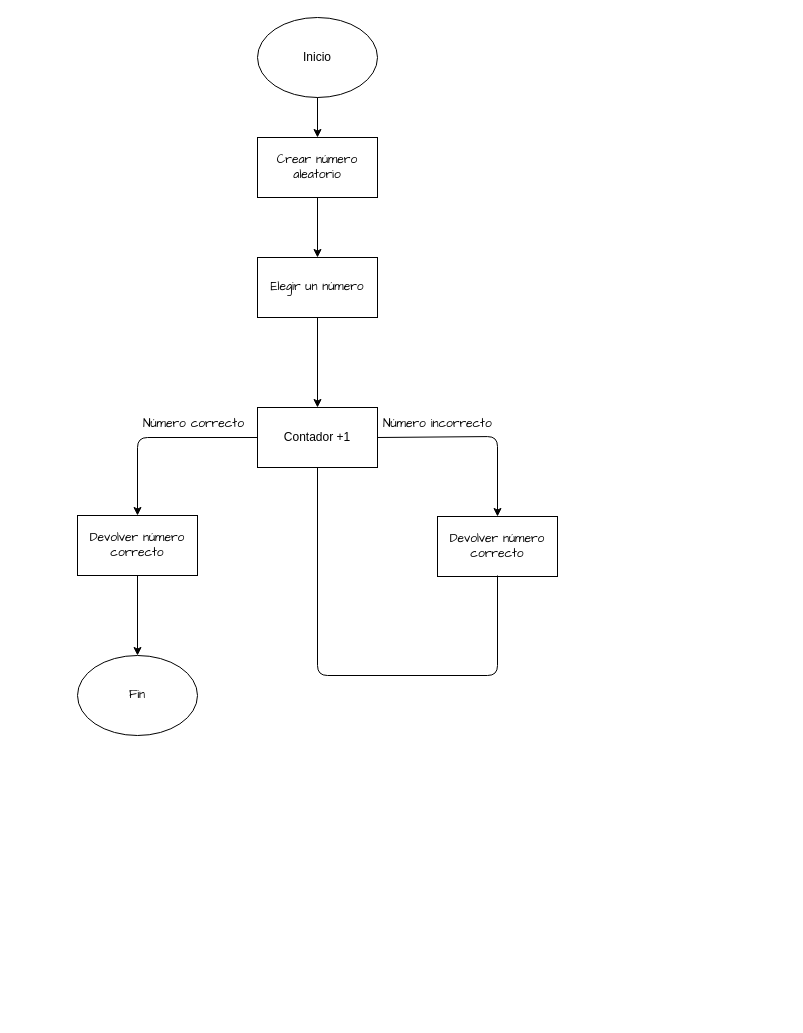
Earlier version of the draw.io diagram diagrama.drawio (Jojo3235/Adivinar_un_numero). Source tidied: cells renumbered, new cells numbered last; positions are measured from the earlier drawing's top-left corner, leaving out a move shared by most shapes. Both pictures are drawn from the tidied source at 100%, with x=0, y=0 at pixel (77, 17).
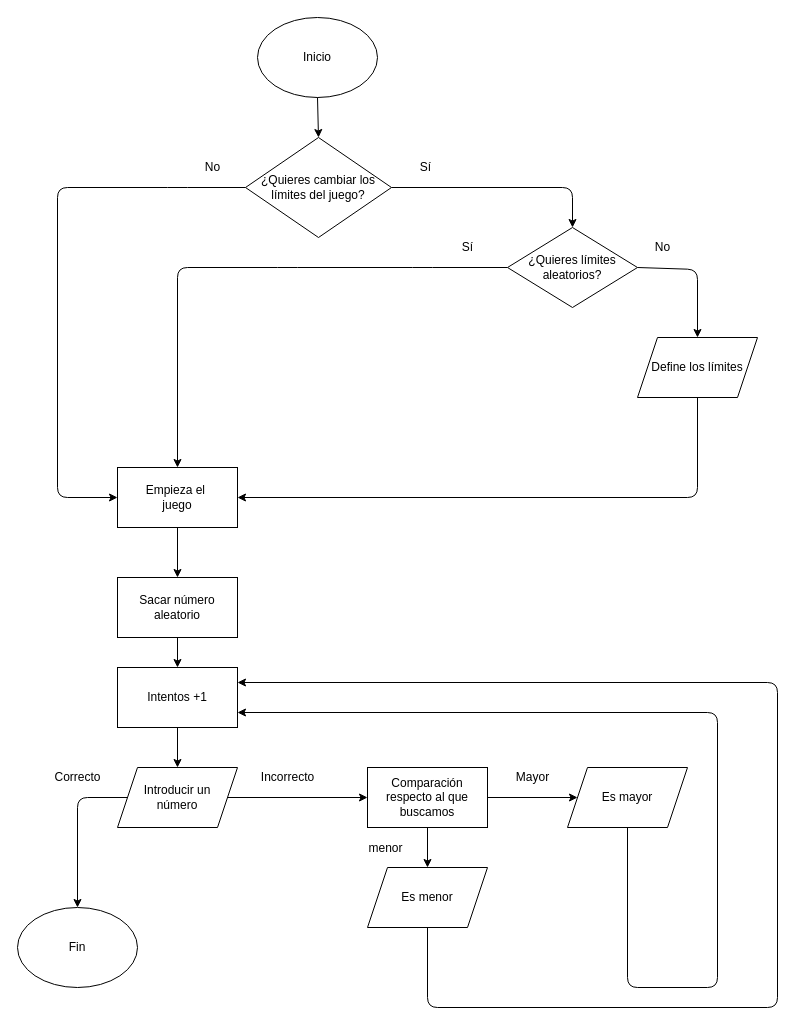
Above is the later version.

Commit message:
Ajuste de diagrama

Unchanged cells that the change refers to:
```xml
<mxCell id="2" value="Inicio" style="ellipse;whiteSpace=wrap;html=1;" parent="1" vertex="1">
  <mxGeometry x="180" width="120" height="80" as="geometry" />
</mxCell>
```

Diff of the diagram source:
```diff
@@
-    <mxCell id="3" value="Elegir un número" style="rounded=0;whiteSpace=wrap;html=1;fontFamily=Comic Sans MS;" parent="1" vertex="1">
-      <mxGeometry x="180" y="240" width="120" height="60" as="geometry" />
-    </mxCell>
-    <mxCell id="4" style="endArrow=classic;html=1;fontFamily=Comic Sans MS;startArrow=none;" parent="1" edge="1">
-      <mxGeometry relative="1" as="geometry">
-        <mxPoint x="140" y="420" as="sourcePoint" />
-        <mxPoint x="60" y="498" as="targetPoint" />
-        <Array as="points">
-          <mxPoint x="60" y="420" />
-        </Array>
-      </mxGeometry>
-    </mxCell>
-    <mxCell id="5" value="Devolver número&lt;br&gt;correcto" style="rounded=0;whiteSpace=wrap;html=1;fontFamily=Comic Sans MS;" parent="1" vertex="1">
-      <mxGeometry y="498" width="120" height="60" as="geometry" />
-    </mxCell>
-    <mxCell id="6" style="endArrow=classic;html=1;fontFamily=Comic Sans MS;exitX=1;exitY=0.5;exitDx=0;exitDy=0;" parent="1" edge="1" source="14">
-      <mxGeometry relative="1" as="geometry">
-        <mxPoint x="420" y="499" as="targetPoint" />
-        <Array as="points">
-          <mxPoint x="420" y="419" />
-        </Array>
-      </mxGeometry>
-    </mxCell>
-    <mxCell id="7" value="Devolver número&lt;br&gt;correcto" style="rounded=0;whiteSpace=wrap;html=1;fontFamily=Comic Sans MS;" parent="1" vertex="1">
-      <mxGeometry x="360" y="499" width="120" height="60" as="geometry" />
-    </mxCell>
-    <mxCell id="8" value="Número incorrecto" style="text;strokeColor=none;fillColor=none;align=left;verticalAlign=middle;spacingLeft=4;spacingRight=4;overflow=hidden;fontFamily=Comic Sans MS;" parent="1" vertex="1">
-      <mxGeometry x="300" y="390" width="120" height="30" as="geometry" />
-    </mxCell>
+    <mxCell id="12" style="endArrow=classic;html=1;fontFamily=Comic Sans MS;entryX=0.5;entryY=0;entryDx=0;entryDy=0;exitX=0.5;exitY=1;exitDx=0;exitDy=0;" parent="1" edge="1" source="2" target="44">
+      <mxGeometry relative="1" as="geometry" />
+    </mxCell>
+    <mxCell id="19" style="endArrow=classic;html=1;entryX=0.5;entryY=0;entryDx=0;entryDy=0;exitX=1;exitY=0.5;exitDx=0;exitDy=0;" parent="1" edge="1" source="44" target="45">
+      <mxGeometry relative="1" as="geometry">
+        <Array as="points">
+          <mxPoint x="495" y="170" />
+        </Array>
+      </mxGeometry>
+    </mxCell>
+    <mxCell id="20" style="endArrow=classic;html=1;entryX=0;entryY=0.5;entryDx=0;entryDy=0;exitX=0;exitY=0.5;exitDx=0;exitDy=0;" parent="1" edge="1" source="44" target="24">
+      <mxGeometry relative="1" as="geometry">
+        <Array as="points">
+          <mxPoint x="100" y="170" />
+          <mxPoint x="-20" y="170" />
+          <mxPoint x="-20" y="480" />
+        </Array>
+      </mxGeometry>
+    </mxCell>
+    <mxCell id="21" value="Sí" style="text;html=1;align=center;verticalAlign=middle;strokeColor=none;fillColor=none;" parent="1" vertex="1">
+      <mxGeometry x="333" y="140" width="30" height="20" as="geometry" />
+    </mxCell>
+    <mxCell id="22" value="No" style="text;html=1;align=center;verticalAlign=middle;strokeColor=none;fillColor=none;" parent="1" vertex="1">
+      <mxGeometry x="120" y="140" width="30" height="20" as="geometry" />
+    </mxCell>
+    <mxCell id="23" style="edgeStyle=none;html=1;exitX=0.5;exitY=1;exitDx=0;exitDy=0;entryX=0.5;entryY=0;entryDx=0;entryDy=0;" parent="1" edge="1" source="24" target="32">
+      <mxGeometry relative="1" as="geometry" />
+    </mxCell>
+    <mxCell id="24" value="Empieza el&amp;nbsp;&lt;br&gt;juego" style="rounded=0;whiteSpace=wrap;html=1;" parent="1" vertex="1">
+      <mxGeometry x="40" y="450" width="120" height="60" as="geometry" />
+    </mxCell>
+    <mxCell id="25" style="edgeStyle=none;html=1;exitX=1;exitY=0.5;exitDx=0;exitDy=0;entryX=0.5;entryY=0;entryDx=0;entryDy=0;" parent="1" edge="1" source="45" target="30">
+      <mxGeometry relative="1" as="geometry">
+        <Array as="points">
+          <mxPoint x="620" y="252" />
+        </Array>
+      </mxGeometry>
+    </mxCell>
+    <mxCell id="26" style="edgeStyle=none;html=1;exitX=0;exitY=0.5;exitDx=0;exitDy=0;entryX=0.5;entryY=0;entryDx=0;entryDy=0;" parent="1" edge="1" source="45" target="24">
+      <mxGeometry relative="1" as="geometry">
+        <Array as="points">
+          <mxPoint x="345" y="250" />
+          <mxPoint x="210" y="250" />
+          <mxPoint x="100" y="250" />
+        </Array>
+      </mxGeometry>
+    </mxCell>
+    <mxCell id="27" value="Sí" style="text;html=1;align=center;verticalAlign=middle;strokeColor=none;fillColor=none;" parent="1" vertex="1">
+      <mxGeometry x="375" y="220" width="30" height="20" as="geometry" />
+    </mxCell>
+    <mxCell id="28" value="No" style="text;html=1;align=center;verticalAlign=middle;strokeColor=none;fillColor=none;" parent="1" vertex="1">
+      <mxGeometry x="570" y="220" width="30" height="20" as="geometry" />
+    </mxCell>
+    <mxCell id="29" style="edgeStyle=none;html=1;exitX=0.5;exitY=1;exitDx=0;exitDy=0;entryX=1;entryY=0.5;entryDx=0;entryDy=0;" parent="1" edge="1" source="30" target="24">
+      <mxGeometry relative="1" as="geometry">
+        <Array as="points">
+          <mxPoint x="620" y="480" />
+        </Array>
+      </mxGeometry>
+    </mxCell>
+    <mxCell id="30" value="Define los límites" style="shape=parallelogram;perimeter=parallelogramPerimeter;whiteSpace=wrap;html=1;fixedSize=1;" parent="1" vertex="1">
+      <mxGeometry x="560" y="320" width="120" height="60" as="geometry" />
+    </mxCell>
+    <mxCell id="31" style="edgeStyle=none;html=1;entryX=0.5;entryY=0;entryDx=0;entryDy=0;" parent="1" edge="1" source="32" target="38">
+      <mxGeometry relative="1" as="geometry" />
+    </mxCell>
+    <mxCell id="32" value="Sacar número&lt;br&gt;aleatorio" style="rounded=0;whiteSpace=wrap;html=1;" parent="1" vertex="1">
+      <mxGeometry x="40" y="560" width="120" height="60" as="geometry" />
+    </mxCell>
+    <mxCell id="33" style="edgeStyle=none;html=1;" parent="1" edge="1" source="36">
+      <mxGeometry relative="1" as="geometry">
+        <mxPoint x="100" y="780" as="targetPoint" />
+      </mxGeometry>
+    </mxCell>
+    <mxCell id="34" style="edgeStyle=none;html=1;exitX=0;exitY=0.5;exitDx=0;exitDy=0;entryX=0.5;entryY=0;entryDx=0;entryDy=0;" parent="1" edge="1" source="36" target="9">
+      <mxGeometry relative="1" as="geometry">
+        <Array as="points">
+          <mxPoint y="780" />
+        </Array>
+      </mxGeometry>
+    </mxCell>
+    <mxCell id="35" style="edgeStyle=none;html=1;exitX=1;exitY=0.5;exitDx=0;exitDy=0;entryX=0;entryY=0.5;entryDx=0;entryDy=0;" parent="1" edge="1" source="36" target="43">
+      <mxGeometry relative="1" as="geometry" />
+    </mxCell>
+    <mxCell id="36" value="Introducir un&lt;br&gt;número" style="shape=parallelogram;perimeter=parallelogramPerimeter;whiteSpace=wrap;html=1;fixedSize=1;rounded=0;" parent="1" vertex="1">
+      <mxGeometry x="40" y="750" width="120" height="60" as="geometry" />
+    </mxCell>
+    <mxCell id="37" style="edgeStyle=none;html=1;" parent="1" edge="1" source="38" target="36">
+      <mxGeometry relative="1" as="geometry" />
+    </mxCell>
+    <mxCell id="38" value="Intentos +1" style="whiteSpace=wrap;html=1;rounded=0;" parent="1" vertex="1">
+      <mxGeometry x="40" y="650" width="120" height="60" as="geometry" />
+    </mxCell>
+    <mxCell id="39" value="Correcto" style="text;html=1;align=center;verticalAlign=middle;strokeColor=none;fillColor=none;" parent="1" vertex="1">
+      <mxGeometry x="-30" y="750" width="60" height="20" as="geometry" />
+    </mxCell>
-    <mxCell id="9" value="Fin" style="ellipse;whiteSpace=wrap;html=1;fontFamily=Comic Sans MS;" parent="1" vertex="1">
-      <mxGeometry y="638" width="120" height="80" as="geometry" />
+    <mxCell id="9" value="Fin" style="ellipse;whiteSpace=wrap;html=1;" parent="1" vertex="1">
+      <mxGeometry x="-60" y="890" width="120" height="80" as="geometry" />
     </mxCell>
-    <mxCell id="10" style="endArrow=classic;html=1;fontFamily=Comic Sans MS;entryX=0.5;entryY=0;entryDx=0;entryDy=0;exitX=0.5;exitY=1;exitDx=0;exitDy=0;" parent="1" edge="1" source="5" target="9">
-      <mxGeometry relative="1" as="geometry" />
-    </mxCell>
-    <mxCell id="11" value="Crear número aleatorio" style="rounded=0;whiteSpace=wrap;html=1;fontFamily=Comic Sans MS;" parent="1" vertex="1">
-      <mxGeometry x="180" y="120" width="120" height="60" as="geometry" />
-    </mxCell>
-    <mxCell id="12" style="endArrow=classic;html=1;fontFamily=Comic Sans MS;entryX=0.5;entryY=0;entryDx=0;entryDy=0;exitX=0.5;exitY=1;exitDx=0;exitDy=0;" parent="1" edge="1" source="2" target="11">
-      <mxGeometry relative="1" as="geometry" />
-    </mxCell>
-    <mxCell id="13" style="endArrow=classic;html=1;fontFamily=Comic Sans MS;entryX=0.5;entryY=0;entryDx=0;entryDy=0;exitX=0.5;exitY=1;exitDx=0;exitDy=0;" parent="1" edge="1" source="3" target="14">
-      <mxGeometry relative="1" as="geometry" />
-    </mxCell>
-    <mxCell id="14" value="Contador +1" style="rounded=0;whiteSpace=wrap;html=1;" parent="1" vertex="1">
-      <mxGeometry x="180" y="390" width="120" height="60" as="geometry" />
-    </mxCell>
-    <mxCell id="15" style="endArrow=none;html=1;fontFamily=Comic Sans MS;exitX=1;exitY=0.5;exitDx=0;exitDy=0;entryX=0.5;entryY=1;entryDx=0;entryDy=0;" parent="1" edge="1" target="14">
-      <mxGeometry relative="1" as="geometry">
-        <mxPoint x="420" y="558" as="sourcePoint" />
-        <Array as="points">
-          <mxPoint x="420" y="658" />
-          <mxPoint x="240" y="658" />
-        </Array>
-      </mxGeometry>
-    </mxCell>
-    <mxCell id="16" style="endArrow=classic;html=1;fontFamily=Comic Sans MS;entryX=0.5;entryY=0;entryDx=0;entryDy=0;exitX=0.5;exitY=1;exitDx=0;exitDy=0;" parent="1" edge="1" source="11" target="3">
-      <mxGeometry relative="1" as="geometry" />
-    </mxCell>
-    <mxCell id="17" value="Número correcto" style="text;strokeColor=none;fillColor=none;align=left;verticalAlign=middle;spacingLeft=4;spacingRight=4;overflow=hidden;fontFamily=Comic Sans MS;" parent="1" vertex="1">
-      <mxGeometry x="60" y="390" width="120" height="30" as="geometry" />
-    </mxCell>
-    <mxCell id="18" style="endArrow=none;html=1;fontFamily=Comic Sans MS;exitX=0;exitY=0.5;exitDx=0;exitDy=0;" parent="1" edge="1" source="14">
-      <mxGeometry relative="1" as="geometry">
-        <mxPoint x="130" y="420" as="targetPoint" />
-      </mxGeometry>
-    </mxCell>
+    <mxCell id="40" value="Incorrecto" style="text;html=1;align=center;verticalAlign=middle;strokeColor=none;fillColor=none;" parent="1" vertex="1">
+      <mxGeometry x="175" y="750" width="70" height="20" as="geometry" />
+    </mxCell>
+    <mxCell id="41" style="edgeStyle=none;html=1;entryX=0;entryY=0.5;entryDx=0;entryDy=0;" parent="1" edge="1" source="43" target="47">
+      <mxGeometry relative="1" as="geometry" />
+    </mxCell>
+    <mxCell id="42" style="edgeStyle=none;html=1;exitX=0.5;exitY=1;exitDx=0;exitDy=0;entryX=0.5;entryY=0;entryDx=0;entryDy=0;" parent="1" edge="1" source="43" target="50">
+      <mxGeometry relative="1" as="geometry" />
+    </mxCell>
+    <mxCell id="43" value="Comparación respecto al que buscamos" style="rounded=0;whiteSpace=wrap;html=1;" parent="1" vertex="1">
+      <mxGeometry x="290" y="750" width="120" height="60" as="geometry" />
+    </mxCell>
+    <mxCell id="44" value="¿Quieres cambiar los límites del juego?" style="rhombus;whiteSpace=wrap;html=1;" parent="1" vertex="1">
+      <mxGeometry x="168" y="120" width="146" height="100" as="geometry" />
+    </mxCell>
+    <mxCell id="45" value="¿Quieres límites aleatorios?" style="rhombus;whiteSpace=wrap;html=1;" parent="1" vertex="1">
+      <mxGeometry x="430" y="210" width="130" height="80" as="geometry" />
+    </mxCell>
+    <mxCell id="46" style="edgeStyle=none;html=1;exitX=0.5;exitY=1;exitDx=0;exitDy=0;entryX=1;entryY=0.75;entryDx=0;entryDy=0;" parent="1" edge="1" source="47" target="38">
+      <mxGeometry relative="1" as="geometry">
+        <Array as="points">
+          <mxPoint x="550" y="970" />
+          <mxPoint x="640" y="970" />
+          <mxPoint x="640" y="695" />
+        </Array>
+      </mxGeometry>
+    </mxCell>
+    <mxCell id="47" value="Es mayor" style="shape=parallelogram;perimeter=parallelogramPerimeter;whiteSpace=wrap;html=1;fixedSize=1;" parent="1" vertex="1">
+      <mxGeometry x="490" y="750" width="120" height="60" as="geometry" />
+    </mxCell>
+    <mxCell id="48" value="Mayor" style="text;html=1;align=center;verticalAlign=middle;strokeColor=none;fillColor=none;" parent="1" vertex="1">
+      <mxGeometry x="430" y="750" width="50" height="20" as="geometry" />
+    </mxCell>
+    <mxCell id="49" style="edgeStyle=none;html=1;exitX=0.5;exitY=1;exitDx=0;exitDy=0;entryX=1;entryY=0.25;entryDx=0;entryDy=0;" parent="1" edge="1" source="50" target="38">
+      <mxGeometry relative="1" as="geometry">
+        <Array as="points">
+          <mxPoint x="350" y="990" />
+          <mxPoint x="700" y="990" />
+          <mxPoint x="700" y="665" />
+        </Array>
+      </mxGeometry>
+    </mxCell>
+    <mxCell id="50" value="Es menor" style="shape=parallelogram;perimeter=parallelogramPerimeter;whiteSpace=wrap;html=1;fixedSize=1;" parent="1" vertex="1">
+      <mxGeometry x="290" y="850" width="120" height="60" as="geometry" />
+    </mxCell>
+    <mxCell id="51" value="menor" style="text;html=1;align=center;verticalAlign=middle;strokeColor=none;fillColor=none;" parent="1" vertex="1">
+      <mxGeometry x="283" y="821" width="50" height="20" as="geometry" />
+    </mxCell>
```
